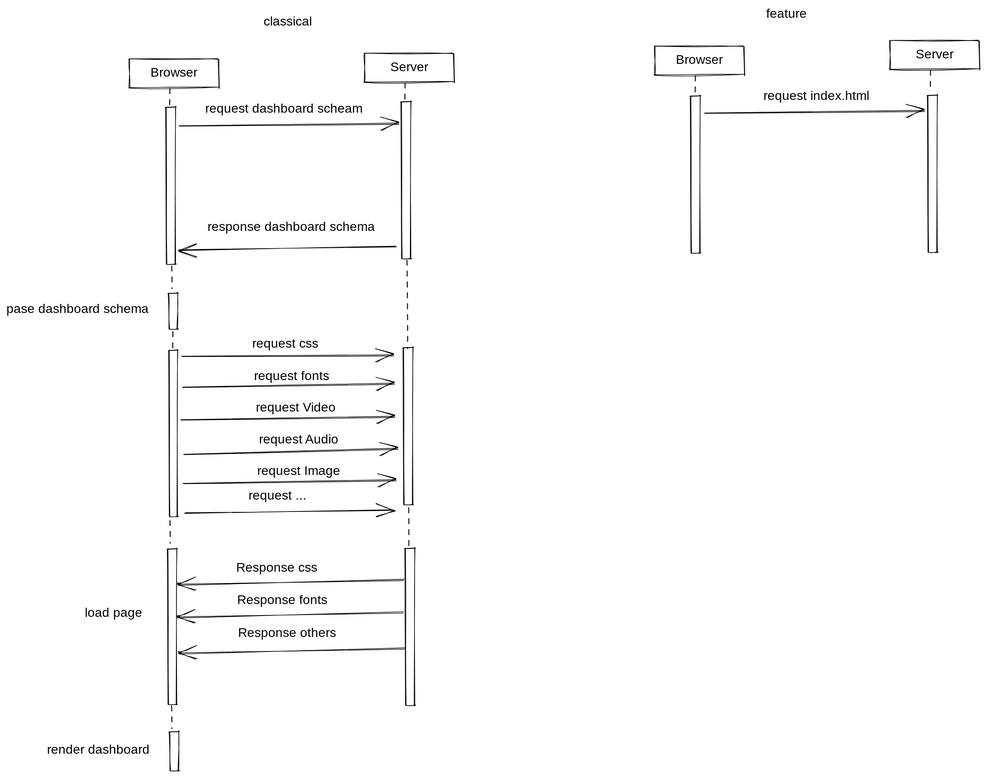
Earlier version of the Excalidraw export assets/motivation.excalidraw.svg (youth95/keybase). Source tidied: one line per element, renumbered; positions are measured from the earlier drawing's top-left corner, leaving out a move shared by most shapes.
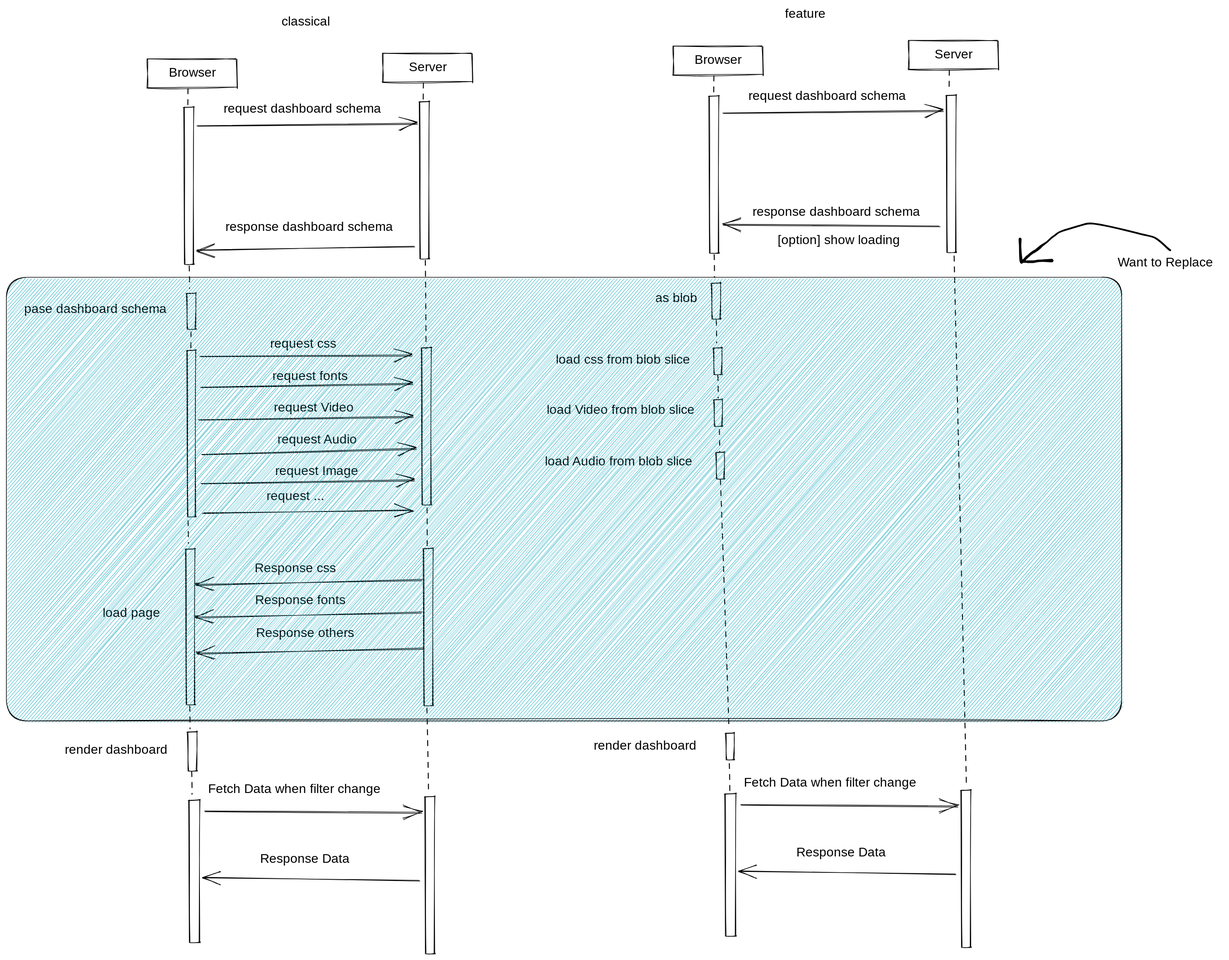
After the change.

The edit, as a diff of the source:
```diff
@@ -1,20 +1,20 @@
-{"id": 0, "type": "text", "text": "classical", "strokeColor": "#000000", "strokeWidth": 1, "roughness": 1, "fontSize": 20, "fontFamily": 1, "x": 403, "y": 12, "width": 83, "height": 25}
+{"id": 0, "type": "text", "text": "classical", "strokeColor": "#000000", "strokeWidth": 1, "roughness": 1, "fontSize": 20, "fontFamily": 1, "x": 403, "y": 12, "width": 82, "height": 25}
 {"id": 1, "type": "rectangle", "strokeColor": "#000000", "strokeWidth": 1, "roughness": 1, "x": 250, "y": 158, "width": 16, "height": 245}
 {"id": 2, "type": "line", "strokeColor": "#000000", "strokeWidth": 1, "strokeStyle": "dashed", "roughness": 1, "round": true, "x": 257, "y": 129, "width": 2, "height": 29, "points": [[0, 0], [-2, 29]]}
-{"id": 3, "type": "line", "strokeColor": "#000000", "strokeWidth": 1, "strokeStyle": "dashed", "roughness": 1, "round": true, "x": 258, "y": 406, "width": 1, "height": 36, "points": [[0, 0], [1, 36]]}
+{"id": 3, "type": "line", "strokeColor": "#000000", "strokeWidth": 1, "strokeStyle": "dashed", "roughness": 1, "round": true, "x": 257, "y": 406, "width": 1, "height": 36, "points": [[0, 0], [1, 36]]}
 {"id": 4, "type": "rectangle", "strokeColor": "#000000", "strokeWidth": 1, "roughness": 1, "x": 193, "y": 83, "width": 140, "height": 45}
-{"id": 5, "type": "text", "text": "Browser", "strokeColor": "#000000", "strokeWidth": 1, "roughness": 1, "fontSize": 20, "fontFamily": 1, "textAlign": "center", "verticalAlign": "middle", "inside": 4, "x": 224, "y": 92, "width": 77, "height": 25}
+{"id": 5, "type": "text", "text": "Browser", "strokeColor": "#000000", "strokeWidth": 1, "roughness": 1, "fontSize": 20, "fontFamily": 1, "textAlign": "center", "verticalAlign": "middle", "inside": 4, "x": 224, "y": 92, "width": 78, "height": 25}
 {"id": 6, "type": "rectangle", "strokeColor": "#000000", "strokeWidth": 1, "roughness": 1, "x": 618, "y": 149, "width": 16, "height": 245}
 {"id": 7, "type": "line", "strokeColor": "#000000", "strokeWidth": 1, "strokeStyle": "dashed", "roughness": 1, "round": true, "x": 625, "y": 120, "width": 2, "height": 29, "points": [[0, 0], [-2, 29]]}
 {"id": 8, "type": "line", "strokeColor": "#000000", "strokeWidth": 1, "strokeStyle": "dashed", "roughness": 1, "round": true, "x": 627, "y": 397, "width": 2, "height": 139, "points": [[0, 0], [2, 139]]}
 {"id": 9, "type": "rectangle", "strokeColor": "#000000", "strokeWidth": 1, "roughness": 1, "x": 561, "y": 74, "width": 140, "height": 45}
 {"id": 10, "type": "text", "text": "Server", "strokeColor": "#000000", "strokeWidth": 1, "roughness": 1, "fontSize": 20, "fontFamily": 1, "textAlign": "center", "verticalAlign": "middle", "inside": 9, "x": 600, "y": 84, "width": 62, "height": 25}
 {"id": 11, "type": "arrow", "strokeColor": "#000000", "strokeWidth": 1, "roughness": 1, "endArrowhead": "arrow", "round": true, "from": 1, "to": 6, "x": 271, "y": 187, "width": 343, "height": 2, "points": [[0, 0], [343, -2]]}
-{"id": 12, "type": "text", "text": "request dashboard scheam", "strokeColor": "#000000", "strokeWidth": 1, "roughness": 1, "fontSize": 20, "fontFamily": 1, "x": 312, "y": 148, "width": 263, "height": 25}
+{"id": 12, "type": "text", "text": "request dashboard schema", "strokeColor": "#000000", "strokeWidth": 1, "roughness": 1, "fontSize": 20, "fontFamily": 1, "x": 312, "y": 148, "width": 262, "height": 25}
 {"id": 13, "type": "arrow", "strokeColor": "#000000", "strokeWidth": 1, "roughness": 1, "endArrowhead": "arrow", "round": true, "from": 6, "to": 1, "x": 610, "y": 377, "width": 341, "height": 4, "points": [[0, 0], [-341, 4]]}
 {"id": 14, "type": "text", "text": "response dashboard schema", "strokeColor": "#000000", "strokeWidth": 1, "roughness": 1, "fontSize": 20, "fontFamily": 1, "x": 315, "y": 334, "width": 270, "height": 25}
 {"id": 15, "type": "rectangle", "strokeColor": "#000000", "strokeWidth": 1, "roughness": 1, "x": 254, "y": 449, "width": 15, "height": 56}
-{"id": 16, "type": "text", "text": "pase dashboard schema", "strokeColor": "#000000", "strokeWidth": 1, "roughness": 1, "fontSize": 20, "fontFamily": 1, "x": 0, "y": 462, "width": 233, "height": 25}
+{"id": 16, "type": "text", "text": "pase dashboard schema", "strokeColor": "#000000", "strokeWidth": 1, "roughness": 1, "fontSize": 20, "fontFamily": 1, "x": 0, "y": 462, "width": 232, "height": 25}
 {"id": 17, "type": "rectangle", "strokeColor": "#000000", "strokeWidth": 1, "roughness": 1, "x": 255, "y": 539, "width": 14, "height": 260}
 {"id": 18, "type": "line", "strokeColor": "#000000", "strokeWidth": 1, "strokeStyle": "dashed", "roughness": 1, "round": true, "x": 262, "y": 509, "width": 2, "height": 29, "points": [[0, 0], [-2, 29]]}
 {"id": 19, "type": "line", "strokeColor": "#000000", "strokeWidth": 1, "strokeStyle": "dashed", "roughness": 1, "round": true, "x": 255, "y": 805, "width": 1, "height": 36, "points": [[0, 0], [1, 36]]}
@@ -23,35 +23,73 @@
 {"id": 22, "type": "arrow", "strokeColor": "#000000", "strokeWidth": 1, "roughness": 1, "endArrowhead": "arrow", "round": true, "from": 17, "to": 32, "x": 277, "y": 596, "width": 331, "height": 4, "points": [[0, 0], [331, -4]]}
 {"id": 23, "type": "text", "text": "request fonts", "strokeColor": "#000000", "strokeWidth": 1, "roughness": 1, "fontSize": 20, "fontFamily": 1, "x": 388, "y": 567, "width": 137, "height": 25}
 {"id": 24, "type": "arrow", "strokeColor": "#000000", "strokeWidth": 1, "roughness": 1, "endArrowhead": "arrow", "round": true, "from": 17, "to": 32, "x": 274, "y": 647, "width": 334, "height": 4, "points": [[0, 0], [334, -4]]}
-{"id": 25, "type": "text", "text": "request Video", "strokeColor": "#000000", "strokeWidth": 1, "roughness": 1, "fontSize": 20, "fontFamily": 1, "x": 391, "y": 616, "width": 133, "height": 25}
+{"id": 25, "type": "text", "text": "request Video", "strokeColor": "#000000", "strokeWidth": 1, "roughness": 1, "fontSize": 20, "fontFamily": 1, "x": 391, "y": 616, "width": 132, "height": 25}
 {"id": 26, "type": "arrow", "strokeColor": "#000000", "strokeWidth": 1, "roughness": 1, "endArrowhead": "arrow", "round": true, "from": 17, "to": 32, "x": 279, "y": 701, "width": 334, "height": 8, "points": [[0, 0], [334, -8]]}
-{"id": 27, "type": "text", "text": "request Audio", "strokeColor": "#000000", "strokeWidth": 1, "roughness": 1, "fontSize": 20, "fontFamily": 1, "x": 396, "y": 666, "width": 136, "height": 25}
+{"id": 27, "type": "text", "text": "request Audio", "strokeColor": "#000000", "strokeWidth": 1, "roughness": 1, "fontSize": 20, "fontFamily": 1, "x": 396, "y": 666, "width": 135, "height": 25}
 {"id": 28, "type": "arrow", "strokeColor": "#000000", "strokeWidth": 1, "roughness": 1, "endArrowhead": "arrow", "round": true, "from": 17, "to": 32, "x": 278, "y": 747, "width": 332, "height": 4, "points": [[0, 0], [332, -4]]}
 {"id": 29, "type": "text", "text": "request Image", "strokeColor": "#000000", "strokeWidth": 1, "roughness": 1, "fontSize": 20, "fontFamily": 1, "x": 393, "y": 716, "width": 143, "height": 25}
 {"id": 30, "type": "arrow", "strokeColor": "#000000", "strokeWidth": 1, "roughness": 1, "endArrowhead": "arrow", "round": true, "from": 17, "to": 32, "x": 279, "y": 794, "width": 327, "height": 5, "points": [[0, 0], [327, -5]]}
-{"id": 31, "type": "text", "text": "request ...", "strokeColor": "#000000", "strokeWidth": 1, "roughness": 1, "fontSize": 20, "fontFamily": 1, "x": 379, "y": 755, "width": 101, "height": 25}
+{"id": 31, "type": "text", "text": "request ...", "strokeColor": "#000000", "strokeWidth": 1, "roughness": 1, "fontSize": 20, "fontFamily": 1, "x": 379, "y": 755, "width": 100, "height": 25}
 {"id": 32, "type": "rectangle", "strokeColor": "#000000", "strokeWidth": 1, "roughness": 1, "x": 622, "y": 534, "width": 16, "height": 245}
 {"id": 33, "type": "line", "strokeColor": "#000000", "strokeWidth": 1, "strokeStyle": "dashed", "roughness": 1, "round": true, "x": 629, "y": 785, "width": 1, "height": 64, "points": [[0, 0], [1, 64]]}
 {"id": 34, "type": "rectangle", "strokeColor": "#000000", "strokeWidth": 1, "roughness": 1, "x": 625, "y": 849, "width": 16, "height": 245}
 {"id": 35, "type": "rectangle", "strokeColor": "#000000", "strokeWidth": 1, "roughness": 1, "x": 253, "y": 850, "width": 15, "height": 243}
 {"id": 36, "type": "arrow", "strokeColor": "#000000", "strokeWidth": 1, "roughness": 1, "endArrowhead": "arrow", "round": true, "from": 34, "to": 35, "x": 622, "y": 898, "width": 353, "height": 8, "points": [[0, 0], [-353, 8]]}
-{"id": 37, "type": "text", "text": "Response css", "strokeColor": "#000000", "strokeWidth": 1, "roughness": 1, "fontSize": 20, "fontFamily": 1, "x": 360, "y": 867, "width": 129, "height": 25}
+{"id": 37, "type": "text", "text": "Response css", "strokeColor": "#000000", "strokeWidth": 1, "roughness": 1, "fontSize": 20, "fontFamily": 1, "x": 360, "y": 867, "width": 130, "height": 25}
 {"id": 38, "type": "arrow", "strokeColor": "#000000", "strokeWidth": 1, "roughness": 1, "endArrowhead": "arrow", "round": true, "from": 34, "to": 35, "x": 622, "y": 949, "width": 353, "height": 8, "points": [[0, 0], [-353, 8]]}
 {"id": 39, "type": "text", "text": "Response fonts", "strokeColor": "#000000", "strokeWidth": 1, "roughness": 1, "fontSize": 20, "fontFamily": 1, "x": 361, "y": 918, "width": 150, "height": 25}
 {"id": 40, "type": "arrow", "strokeColor": "#000000", "strokeWidth": 1, "roughness": 1, "endArrowhead": "arrow", "round": true, "from": 34, "to": 35, "x": 624, "y": 1005, "width": 353, "height": 8, "points": [[0, 0], [-353, 8]]}
-{"id": 41, "type": "text", "text": "Response others", "strokeColor": "#000000", "strokeWidth": 1, "roughness": 1, "fontSize": 20, "fontFamily": 1, "x": 363, "y": 969, "width": 160, "height": 25}
+{"id": 41, "type": "text", "text": "Response others", "strokeColor": "#000000", "strokeWidth": 1, "roughness": 1, "fontSize": 20, "fontFamily": 1, "x": 363, "y": 969, "width": 161, "height": 25}
-{"id": 42, "type": "text", "text": "load page", "strokeColor": "#000000", "strokeWidth": 1, "roughness": 1, "fontSize": 20, "fontFamily": 1, "x": 123, "y": 938, "width": 95, "height": 25}
+{"id": 42, "type": "text", "text": "load page", "strokeColor": "#000000", "strokeWidth": 1, "roughness": 1, "fontSize": 20, "fontFamily": 1, "x": 123, "y": 938, "width": 94, "height": 25}
 {"id": 43, "type": "text", "text": "feature", "strokeColor": "#000000", "strokeWidth": 1, "roughness": 1, "fontSize": 20, "fontFamily": 1, "x": 1190, "y": 0, "width": 76, "height": 25}
 {"id": 44, "type": "line", "strokeColor": "#000000", "strokeWidth": 1, "strokeStyle": "dashed", "roughness": 1, "round": true, "x": 1080, "y": 109, "width": 2, "height": 29, "points": [[0, 0], [-2, 29]]}
 {"id": 45, "type": "rectangle", "strokeColor": "#000000", "strokeWidth": 1, "roughness": 1, "x": 1016, "y": 63, "width": 140, "height": 45}
-{"id": 46, "type": "text", "text": "Browser", "strokeColor": "#000000", "strokeWidth": 1, "roughness": 1, "fontSize": 20, "fontFamily": 1, "textAlign": "center", "verticalAlign": "middle", "inside": 45, "x": 1047, "y": 72, "width": 77, "height": 25}
+{"id": 46, "type": "text", "text": "Browser", "strokeColor": "#000000", "strokeWidth": 1, "roughness": 1, "fontSize": 20, "fontFamily": 1, "textAlign": "center", "verticalAlign": "middle", "inside": 45, "x": 1047, "y": 72, "width": 78, "height": 25}
 {"id": 47, "type": "line", "strokeColor": "#000000", "strokeWidth": 1, "strokeStyle": "dashed", "roughness": 1, "round": true, "x": 1448, "y": 100, "width": 2, "height": 29, "points": [[0, 0], [-2, 29]]}
 {"id": 48, "type": "rectangle", "strokeColor": "#000000", "strokeWidth": 1, "roughness": 1, "x": 1384, "y": 54, "width": 140, "height": 45}
 {"id": 49, "type": "text", "text": "Server", "strokeColor": "#000000", "strokeWidth": 1, "roughness": 1, "fontSize": 20, "fontFamily": 1, "textAlign": "center", "verticalAlign": "middle", "inside": 48, "x": 1423, "y": 64, "width": 62, "height": 25}
 {"id": 50, "type": "arrow", "strokeColor": "#000000", "strokeWidth": 1, "roughness": 1, "endArrowhead": "arrow", "round": true, "from": 52, "to": 53, "x": 1094, "y": 167, "width": 343, "height": 2, "points": [[0, 0], [343, -2]]}
-{"id": 51, "type": "text", "text": "request index.html", "strokeColor": "#000000", "strokeWidth": 1, "roughness": 1, "fontSize": 20, "fontFamily": 1, "x": 1186, "y": 128, "width": 177, "height": 25}
+{"id": 51, "type": "text", "text": "request dashboard schema", "strokeColor": "#000000", "strokeWidth": 1, "roughness": 1, "fontSize": 20, "fontFamily": 1, "x": 1133, "y": 129, "width": 262, "height": 25}
 {"id": 52, "type": "rectangle", "strokeColor": "#000000", "strokeWidth": 1, "roughness": 1, "x": 1072, "y": 140, "width": 16, "height": 245}
 {"id": 53, "type": "rectangle", "strokeColor": "#000000", "strokeWidth": 1, "roughness": 1, "x": 1443, "y": 139, "width": 16, "height": 245}
 {"id": 54, "type": "line", "strokeColor": "#000000", "strokeWidth": 1, "strokeStyle": "dashed", "roughness": 1, "round": true, "x": 258, "y": 1095, "width": 1, "height": 36, "points": [[0, 0], [1, 36]]}
 {"id": 55, "type": "rectangle", "strokeColor": "#000000", "strokeWidth": 1, "roughness": 1, "x": 256, "y": 1136, "width": 15, "height": 61}
-{"id": 56, "type": "text", "text": "render dashboard", "strokeColor": "#000000", "strokeWidth": 1, "roughness": 1, "fontSize": 20, "fontFamily": 1, "x": 63, "y": 1152, "width": 170, "height": 25}
+{"id": 56, "type": "text", "text": "render dashboard", "strokeColor": "#000000", "strokeWidth": 1, "roughness": 1, "fontSize": 20, "fontFamily": 1, "x": 63, "y": 1152, "width": 169, "height": 25}
+{"id": 57, "type": "arrow", "strokeColor": "#000000", "strokeWidth": 1, "roughness": 1, "endArrowhead": "arrow", "round": true, "from": 53, "to": 52, "x": 1433, "y": 345, "width": 340, "height": 4, "points": [[0, 0], [-340, -4]]}
+{"id": 58, "type": "text", "text": "response dashboard schema", "strokeColor": "#000000", "strokeWidth": 1, "roughness": 1, "fontSize": 20, "fontFamily": 1, "x": 1140, "y": 310, "width": 270, "height": 25}
+{"id": 59, "type": "rectangle", "strokeColor": "#000000", "strokeWidth": 1, "roughness": 1, "x": 1075, "y": 433, "width": 15, "height": 56}
+{"id": 60, "type": "line", "strokeColor": "#000000", "strokeWidth": 1, "strokeStyle": "dashed", "roughness": 1, "round": true, "x": 1079, "y": 388, "width": 1, "height": 36, "points": [[0, 0], [1, 36]]}
+{"id": 61, "type": "text", "text": "as blob", "strokeColor": "#000000", "strokeWidth": 1, "roughness": 1, "fontSize": 20, "fontFamily": 1, "x": 987, "y": 445, "width": 70, "height": 25}
+{"id": 62, "type": "rectangle", "strokeColor": "#000000", "strokeWidth": 1, "roughness": 1, "x": 1078, "y": 535, "width": 14, "height": 41}
+{"id": 63, "type": "line", "strokeColor": "#000000", "strokeWidth": 1, "strokeStyle": "dashed", "roughness": 1, "round": true, "x": 1082, "y": 491, "width": 1, "height": 36, "points": [[0, 0], [1, 36]]}
+{"id": 64, "type": "text", "text": "[option] show loading", "strokeColor": "#000000", "strokeWidth": 1, "roughness": 1, "fontSize": 20, "fontFamily": 1, "x": 1179, "y": 354, "width": 203, "height": 25}
+{"id": 65, "type": "text", "text": "load css from blob slice", "strokeColor": "#000000", "strokeWidth": 1, "roughness": 1, "fontSize": 20, "fontFamily": 1, "x": 831, "y": 542, "width": 232, "height": 25}
+{"id": 66, "type": "rectangle", "strokeColor": "#000000", "strokeWidth": 1, "roughness": 1, "x": 1079, "y": 616, "width": 14, "height": 41}
+{"id": 67, "type": "text", "text": "load Video from blob slice", "strokeColor": "#000000", "strokeWidth": 1, "roughness": 1, "fontSize": 20, "fontFamily": 1, "x": 818, "y": 620, "width": 247, "height": 25}
+{"id": 68, "type": "rectangle", "strokeColor": "#000000", "strokeWidth": 1, "roughness": 1, "x": 1082, "y": 698, "width": 14, "height": 41}
+{"id": 69, "type": "text", "text": "load Audio from blob slice", "strokeColor": "#000000", "strokeWidth": 1, "roughness": 1, "fontSize": 20, "fontFamily": 1, "x": 815, "y": 701, "width": 250, "height": 25}
+{"id": 70, "type": "line", "strokeColor": "#000000", "strokeWidth": 1, "strokeStyle": "dashed", "roughness": 1, "round": true, "x": 1084, "y": 577, "width": 1, "height": 36, "points": [[0, 0], [1, 36]]}
+{"id": 71, "type": "line", "strokeColor": "#000000", "strokeWidth": 1, "strokeStyle": "dashed", "roughness": 1, "round": true, "x": 1087, "y": 662, "width": 1, "height": 36, "points": [[0, 0], [1, 36]]}
+{"id": 72, "type": "rectangle", "strokeColor": "#000000", "strokeWidth": 1, "roughness": 1, "x": 1098, "y": 1138, "width": 14, "height": 41}
+{"id": 73, "type": "line", "strokeColor": "#000000", "strokeWidth": 1, "strokeStyle": "dashed", "roughness": 1, "round": true, "x": 1088, "y": 741, "width": 14, "height": 390, "points": [[0, 0], [14, 390]]}
+{"id": 74, "type": "text", "text": "render dashboard", "strokeColor": "#000000", "strokeWidth": 1, "roughness": 1, "fontSize": 20, "fontFamily": 1, "x": 891, "y": 1146, "width": 169, "height": 25}
+{"id": 75, "type": "line", "strokeColor": "#000000", "strokeWidth": 1, "strokeStyle": "dashed", "roughness": 1, "round": true, "x": 261, "y": 1197, "width": 1, "height": 36, "points": [[0, 0], [1, 36]]}
+{"id": 76, "type": "rectangle", "strokeColor": "#000000", "strokeWidth": 1, "roughness": 1, "x": 258, "y": 1243, "width": 17, "height": 222}
+{"id": 77, "type": "rectangle", "strokeColor": "#000000", "strokeWidth": 1, "roughness": 1, "x": 627, "y": 1237, "width": 16, "height": 245}
+{"id": 78, "type": "line", "strokeColor": "#000000", "strokeWidth": 1, "strokeStyle": "dashed", "roughness": 1, "round": true, "x": 629, "y": 1098, "width": 3, "height": 127, "points": [[0, 0], [3, 127]]}
+{"id": 79, "type": "arrow", "strokeColor": "#000000", "strokeWidth": 1, "roughness": 1, "endArrowhead": "arrow", "round": true, "from": 76, "to": 77, "x": 282, "y": 1260, "width": 339, "height": 2, "points": [[0, 0], [339, 2]]}
+{"id": 80, "type": "text", "text": "Fetch Data when filter change", "strokeColor": "#000000", "strokeWidth": 1, "roughness": 1, "fontSize": 20, "fontFamily": 1, "x": 287, "y": 1214, "width": 301, "height": 25}
+{"id": 81, "type": "arrow", "strokeColor": "#000000", "strokeWidth": 1, "roughness": 1, "endArrowhead": "arrow", "round": true, "from": 77, "to": 76, "x": 618, "y": 1369, "width": 338, "height": 5, "points": [[0, 0], [-338, -5]]}
+{"id": 82, "type": "text", "text": "Response Data", "strokeColor": "#000000", "strokeWidth": 1, "roughness": 1, "fontSize": 20, "fontFamily": 1, "x": 369, "y": 1322, "width": 151, "height": 25}
+{"id": 83, "type": "line", "strokeColor": "#000000", "strokeWidth": 1, "strokeStyle": "dashed", "roughness": 1, "round": true, "x": 1102, "y": 1185, "width": 1, "height": 50, "points": [[0, 0], [1, 50]]}
+{"id": 84, "type": "rectangle", "strokeColor": "#000000", "strokeWidth": 1, "roughness": 1, "x": 1097, "y": 1233, "width": 17, "height": 222}
+{"id": 85, "type": "rectangle", "strokeColor": "#000000", "strokeWidth": 1, "roughness": 1, "x": 1466, "y": 1227, "width": 16, "height": 245}
+{"id": 86, "type": "arrow", "strokeColor": "#000000", "strokeWidth": 1, "roughness": 1, "endArrowhead": "arrow", "round": true, "from": 84, "to": 85, "x": 1121, "y": 1250, "width": 339, "height": 2, "points": [[0, 0], [339, 2]]}
+{"id": 87, "type": "text", "text": "Fetch Data when filter change", "strokeColor": "#000000", "strokeWidth": 1, "roughness": 1, "fontSize": 20, "fontFamily": 1, "x": 1126, "y": 1204, "width": 301, "height": 25}
+{"id": 88, "type": "arrow", "strokeColor": "#000000", "strokeWidth": 1, "roughness": 1, "endArrowhead": "arrow", "round": true, "from": 85, "to": 84, "x": 1457, "y": 1359, "width": 338, "height": 5, "points": [[0, 0], [-338, -5]]}
+{"id": 89, "type": "text", "text": "Response Data", "strokeColor": "#000000", "strokeWidth": 1, "roughness": 1, "fontSize": 20, "fontFamily": 1, "x": 1208, "y": 1312, "width": 151, "height": 25}
+{"id": 90, "type": "line", "strokeColor": "#000000", "strokeWidth": 1, "strokeStyle": "dashed", "roughness": 1, "round": true, "x": 1456, "y": 391, "width": 18, "height": 833, "points": [[0, 0], [18, 833]]}
+{"id": 91, "type": "rectangle", "strokeColor": "#000000", "backgroundColor": "#15aabf", "fillStyle": "hachure", "strokeWidth": 1, "roughness": 1, "round": true, "x": -28, "y": 424, "width": 1745, "height": 694}
+{"id": 92, "type": "text", "text": "Want to Replace", "strokeColor": "#000000", "strokeWidth": 1, "roughness": 1, "fontSize": 20, "fontFamily": 1, "x": 1711, "y": 389, "width": 164, "height": 25}
+{"id": 93, "type": "freedraw", "strokeColor": "#000000", "strokeWidth": 1, "roughness": 1, "x": 1793, "y": 382, "width": 235, "height": 62, "points": [[0, 0], [-4, -2], [-14, -13], [-29, -24], [-51, -26], [-95, -37], [-120, -42], [-126, -42], [-136, -41], [-154, -35], [-170, -30], [-179, -25], [-189, -17], [-195, -11], [-200, -8], [-203, -5], [-206, -2], [-214, 3], [-220, 7], [-224, 11], [-228, 15], [-231, 18], [-233, 20], [-234, 14], [-235, 1], [-235, -10], [-235, -13], [-235, -18]]}
+{"id": 94, "type": "freedraw", "strokeColor": "#000000", "strokeWidth": 1, "roughness": 1, "x": 1562, "y": 399, "width": 47, "height": 2, "points": [[0, 0], [0, 1], [3, 1], [8, 1], [10, 1], [12, 1], [16, 1], [19, 1], [24, 0], [27, -1], [31, -1], [35, -1], [36, -1], [38, -1], [39, -1], [41, -1], [42, -1], [43, -1], [44, -1], [45, -1], [47, -1], [47, -1]]}
```
